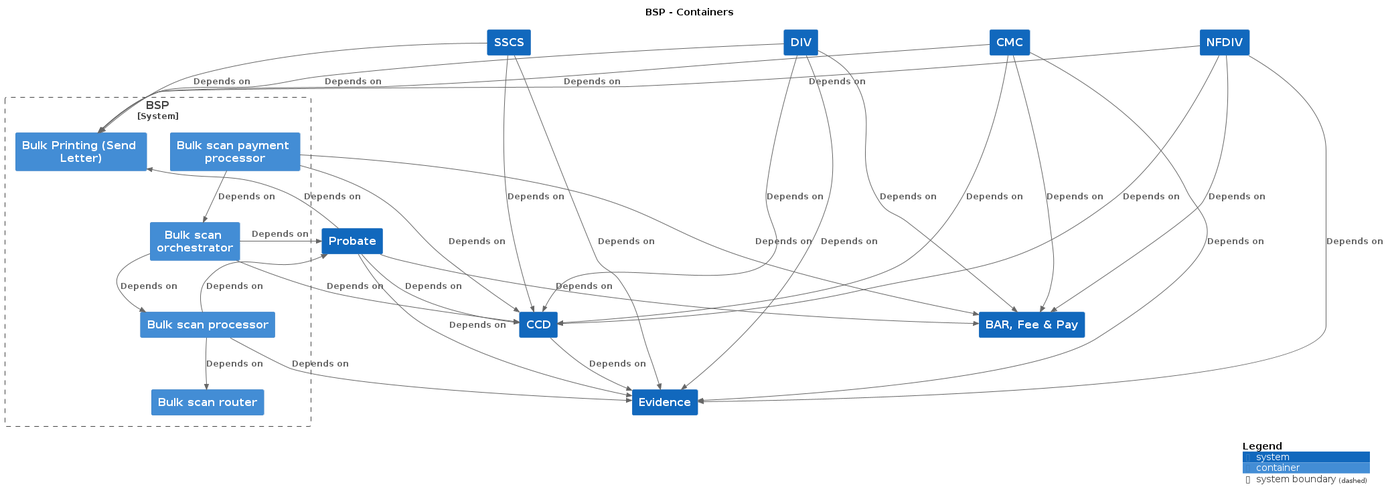
The PlantUML diagram docs/c4/bsp/images/structurizr-bsp-overview.png in hmcts/cnp-api-docs, before a commit.
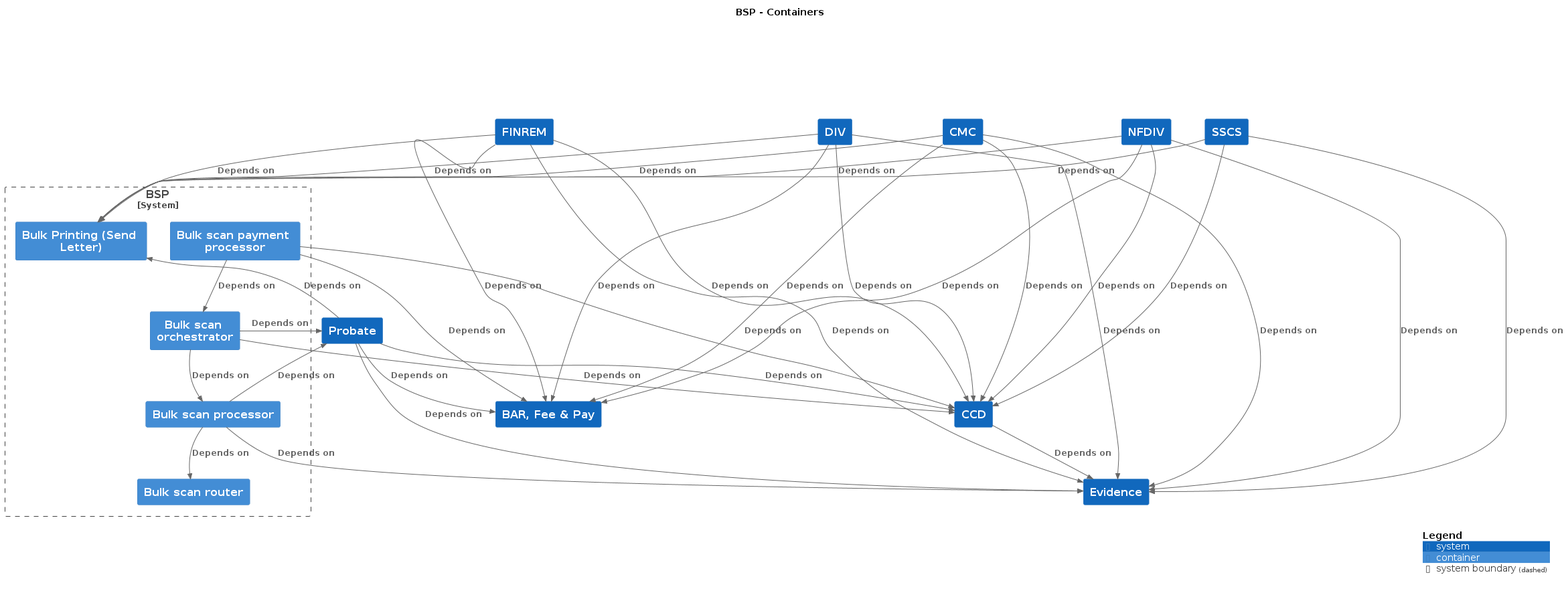
Above is the later version.

The edit, as a diff of the source:
```diff
@@ -7,14 +7,15 @@
 !include https://raw.githubusercontent.com/plantuml-stdlib/C4-PlantUML/master/C4_Context.puml
 !include https://raw.githubusercontent.com/plantuml-stdlib/C4-PlantUML/master/C4_Container.puml
 
-System(SSCS, "SSCS", "", $tags="")
+System(FINREM, "FINREM", "", $tags="")
+System(Probate, "Probate", "", $tags="")
 System(DIV, "DIV", "", $tags="")
 System(CCD, "CCD", "", $tags="")
 System(NFDIV, "NFDIV", "", $tags="")
-System(Probate, "Probate", "", $tags="")
 System(BARFeePay, "BAR, Fee & Pay", "", $tags="")
 System(CMC, "CMC", "", $tags="")
 System(Evidence, "Evidence", "", $tags="")
+System(SSCS, "SSCS", "", $tags="")
 
 System_Boundary("BSP_boundary", "BSP") {
   Container(BSP.Bulkscanrouter, "Bulk scan router", "", $tags="")
@@ -42,6 +43,10 @@
 Rel_D(DIV, BARFeePay, "Depends on", $tags="")
 Rel_D(DIV, CCD, "Depends on", $tags="")
 Rel_D(DIV, BSP.BulkPrintingSendLetter, "Depends on", $tags="")
+Rel_D(FINREM, BARFeePay, "Depends on", $tags="")
+Rel_D(FINREM, CCD, "Depends on", $tags="")
+Rel_D(FINREM, BSP.BulkPrintingSendLetter, "Depends on", $tags="")
+Rel_D(FINREM, Evidence, "Depends on", $tags="")
 Rel_D(Probate, CCD, "Depends on", $tags="")
 Rel_D(Probate, BARFeePay, "Depends on", $tags="")
 Rel_D(Probate, Evidence, "Depends on", $tags="")
```
